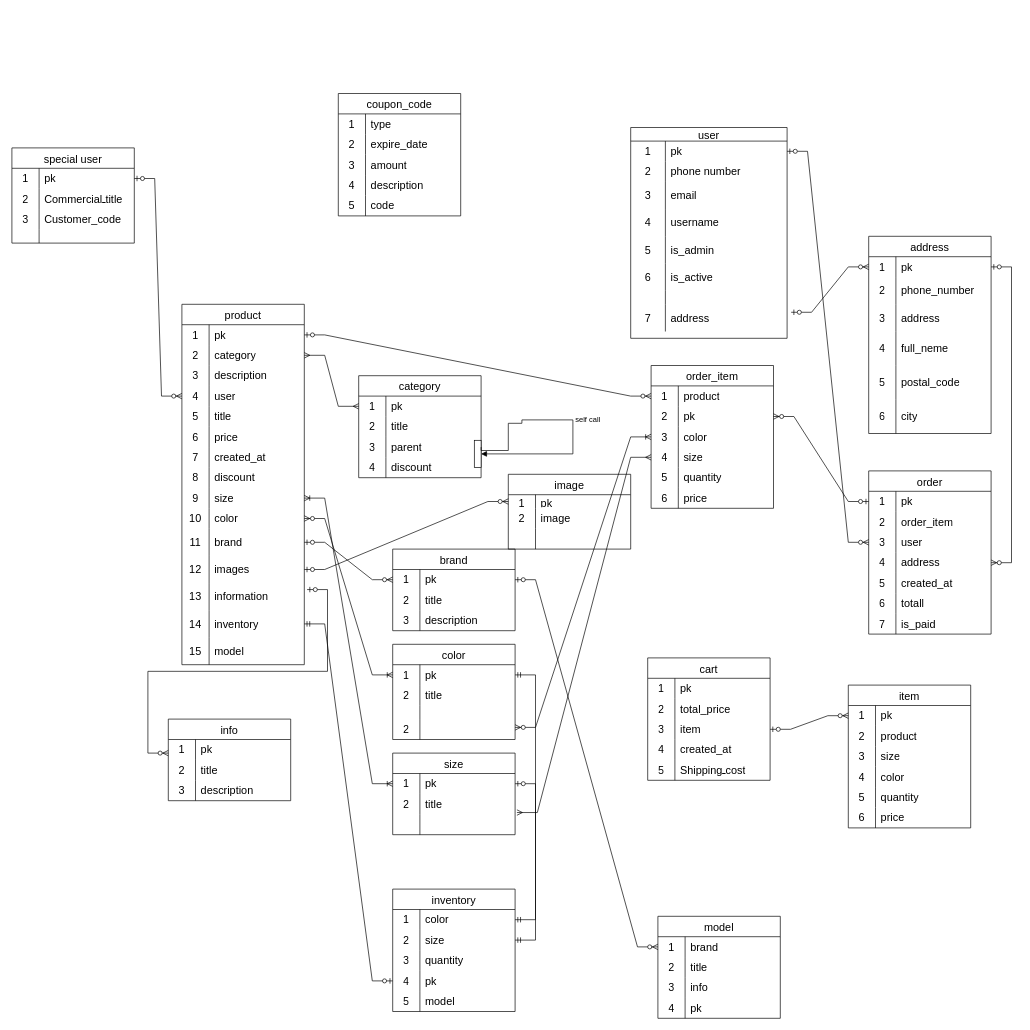
Earlier version of the draw.io diagram shop.drawio (amir1rj/blog). Source tidied: cells renumbered, new cells numbered last; positions are measured from the earlier drawing's top-left corner, leaving out a move shared by most shapes. Both pictures are drawn from the tidied source at 68%, with x=0, y=0 at pixel (-281, 93).
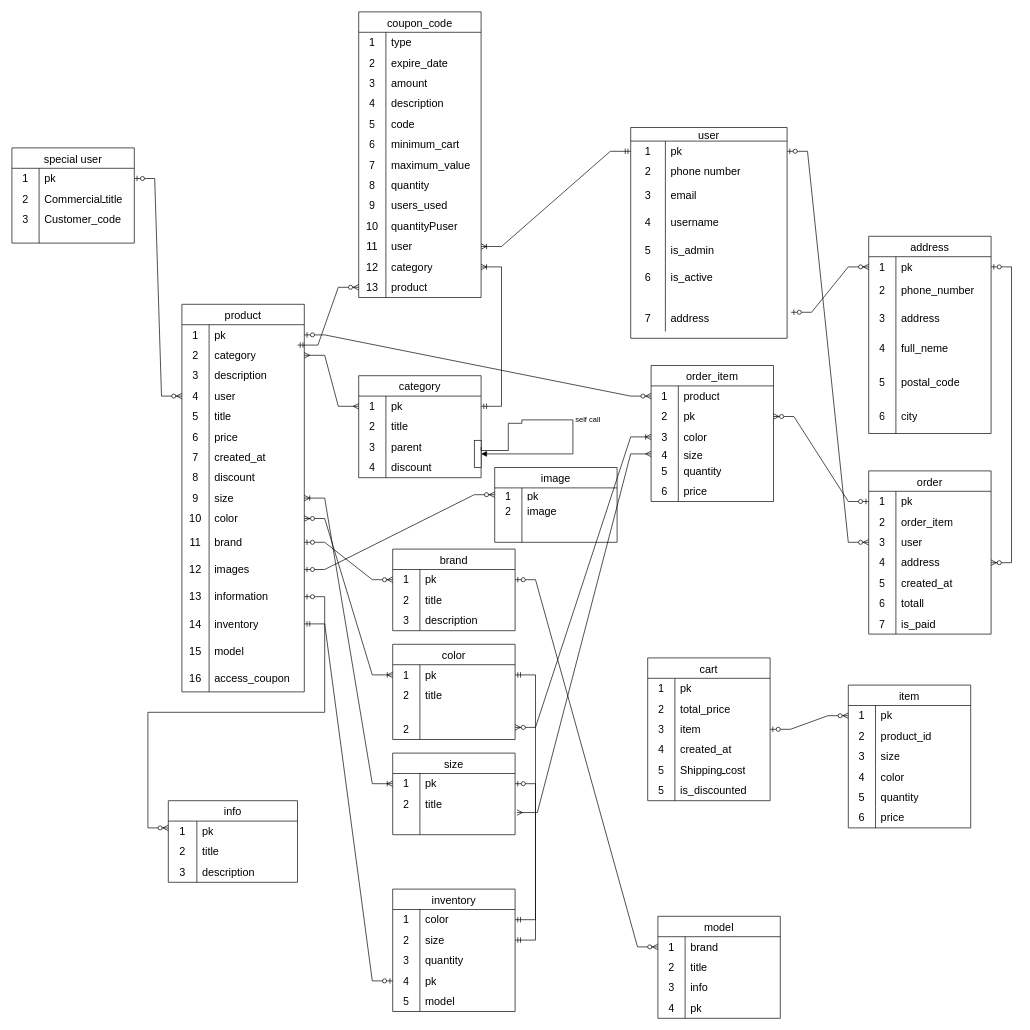
After the change.

Unchanged cells that the change refers to:
```xml
<mxCell id="3" style="shape=tableRow;horizontal=0;startSize=0;swimlaneHead=0;swimlaneBody=0;top=0;left=0;bottom=0;right=0;fillColor=none;points=[[0,0.5],[1,0.5]];portConstraint=eastwest;strokeColor=inherit;fontSize=16;" parent="2" vertex="1">
  <mxGeometry y="20" width="230" height="30" as="geometry" />
</mxCell>
<mxCell id="77" style="shape=tableRow;horizontal=0;startSize=0;swimlaneHead=0;swimlaneBody=0;top=0;left=0;bottom=0;right=0;fillColor=none;points=[[0,0.5],[1,0.5]];portConstraint=eastwest;strokeColor=inherit;fontSize=16;" parent="40" vertex="1">
  <mxGeometry y="410" width="180" height="40" as="geometry" />
</mxCell>
<mxCell id="87" style="shape=tableRow;horizontal=0;startSize=0;swimlaneHead=0;swimlaneBody=0;top=0;left=0;bottom=0;right=0;fillColor=none;points=[[0,0.5],[1,0.5]];portConstraint=eastwest;strokeColor=inherit;fontSize=16;" parent="86" vertex="1">
  <mxGeometry y="30" width="180" height="30" as="geometry" />
</mxCell>
<mxCell id="294" style="shape=tableRow;horizontal=0;startSize=0;swimlaneHead=0;swimlaneBody=0;top=0;left=0;bottom=0;right=0;fillColor=none;strokeColor=inherit;fontSize=16;" parent="290" vertex="1">
  <mxGeometry y="60" width="180" height="30" as="geometry" />
</mxCell>
```

The edit, as a diff of the source:
```diff
@@
     <mxCell id="40" value="product" style="shape=table;startSize=30;childLayout=tableLayout;rowLines=0;fontStyle=0;strokeColor=default;fontSize=16;" parent="1" vertex="1">
-      <mxGeometry x="680" y="310" width="180" height="530" as="geometry" />
+      <mxGeometry x="680" y="310" width="180" height="570" as="geometry" />
     </mxCell>
@@
+    <mxCell id="313" style="shape=tableRow;horizontal=0;startSize=0;swimlaneHead=0;swimlaneBody=0;top=0;left=0;bottom=0;right=0;fillColor=none;strokeColor=inherit;fontSize=16;" parent="40" vertex="1">
+      <mxGeometry y="530" width="180" height="40" as="geometry" />
+    </mxCell>
+    <mxCell id="314" value="16" style="shape=partialRectangle;html=1;whiteSpace=wrap;fillColor=none;top=0;left=0;bottom=0;right=0;overflow=hidden;strokeColor=inherit;fontSize=16;" parent="313" vertex="1">
+      <mxGeometry width="40" height="40" as="geometry" />
+    </mxCell>
+    <mxCell id="315" value="access_coupon" style="shape=partialRectangle;html=1;whiteSpace=wrap;fillColor=none;top=0;left=0;bottom=0;right=0;align=left;spacingLeft=6;overflow=hidden;strokeColor=inherit;fontSize=16;" parent="313" vertex="1">
+      <mxGeometry x="40" width="140" height="40" as="geometry" />
+    </mxCell>
@@
     <mxCell id="157" value="image" style="shape=table;startSize=30;childLayout=tableLayout;rowLines=0;fontStyle=0;strokeColor=default;fontSize=16;" parent="1" vertex="1">
-      <mxGeometry x="1160" y="560" width="180" height="110" as="geometry" />
+      <mxGeometry x="1140" y="550" width="180" height="110" as="geometry" />
     </mxCell>
@@
     <mxCell id="167" value="info" style="shape=table;startSize=30;childLayout=tableLayout;rowLines=0;fontStyle=0;strokeColor=default;fontSize=16;" parent="1" vertex="1">
-      <mxGeometry x="660" y="920" width="180" height="120" as="geometry" />
+      <mxGeometry x="660" y="1040" width="190" height="120" as="geometry" />
     </mxCell>
     <mxCell id="168" style="shape=tableRow;horizontal=0;startSize=0;swimlaneHead=0;swimlaneBody=0;top=0;left=0;bottom=0;right=0;fillColor=none;strokeColor=inherit;fontSize=16;" parent="167" vertex="1">
-      <mxGeometry y="30" width="180" height="30" as="geometry" />
+      <mxGeometry y="30" width="190" height="30" as="geometry" />
     </mxCell>
     <mxCell id="169" value="1" style="shape=partialRectangle;html=1;whiteSpace=wrap;fillColor=none;top=0;left=0;bottom=0;right=0;overflow=hidden;strokeColor=inherit;fontSize=16;" parent="168" vertex="1">
-      <mxGeometry width="40" height="30" as="geometry" />
+      <mxGeometry width="42" height="30" as="geometry" />
     </mxCell>
     <mxCell id="170" value="pk" style="shape=partialRectangle;html=1;whiteSpace=wrap;fillColor=none;top=0;left=0;bottom=0;right=0;align=left;spacingLeft=6;overflow=hidden;strokeColor=inherit;fontSize=16;" parent="168" vertex="1">
-      <mxGeometry x="40" width="140" height="30" as="geometry" />
+      <mxGeometry x="42" width="148" height="30" as="geometry" />
     </mxCell>
     <mxCell id="171" style="shape=tableRow;horizontal=0;startSize=0;swimlaneHead=0;swimlaneBody=0;top=0;left=0;bottom=0;right=0;fillColor=none;strokeColor=inherit;fontSize=16;" parent="167" vertex="1">
-      <mxGeometry y="60" width="180" height="30" as="geometry" />
+      <mxGeometry y="60" width="190" height="30" as="geometry" />
     </mxCell>
     <mxCell id="172" value="2" style="shape=partialRectangle;html=1;whiteSpace=wrap;fillColor=none;top=0;left=0;bottom=0;right=0;overflow=hidden;strokeColor=inherit;fontSize=16;" parent="171" vertex="1">
-      <mxGeometry width="40" height="30" as="geometry" />
+      <mxGeometry width="42" height="30" as="geometry" />
     </mxCell>
     <mxCell id="173" value="title" style="shape=partialRectangle;html=1;whiteSpace=wrap;fillColor=none;top=0;left=0;bottom=0;right=0;align=left;spacingLeft=6;overflow=hidden;strokeColor=inherit;fontSize=16;" parent="171" vertex="1">
-      <mxGeometry x="40" width="140" height="30" as="geometry" />
+      <mxGeometry x="42" width="148" height="30" as="geometry" />
     </mxCell>
     <mxCell id="174" style="shape=tableRow;horizontal=0;startSize=0;swimlaneHead=0;swimlaneBody=0;top=0;left=0;bottom=0;right=0;fillColor=none;strokeColor=inherit;fontSize=16;" parent="167" vertex="1">
-      <mxGeometry y="90" width="180" height="30" as="geometry" />
+      <mxGeometry y="90" width="190" height="30" as="geometry" />
     </mxCell>
     <mxCell id="175" value="3" style="shape=partialRectangle;html=1;whiteSpace=wrap;fillColor=none;top=0;left=0;bottom=0;right=0;overflow=hidden;strokeColor=inherit;fontSize=16;" parent="174" vertex="1">
-      <mxGeometry width="40" height="30" as="geometry" />
+      <mxGeometry width="42" height="30" as="geometry" />
     </mxCell>
     <mxCell id="176" value="description" style="shape=partialRectangle;html=1;whiteSpace=wrap;fillColor=none;top=0;left=0;bottom=0;right=0;align=left;spacingLeft=6;overflow=hidden;strokeColor=inherit;fontSize=16;" parent="174" vertex="1">
-      <mxGeometry x="40" width="140" height="30" as="geometry" />
+      <mxGeometry x="42" width="148" height="30" as="geometry" />
     </mxCell>
-    <mxCell id="177" style="edgeStyle=entityRelationEdgeStyle;fontSize=12;html=1;endArrow=ERzeroToMany;startArrow=ERzeroToOne;rounded=0;exitX=1.023;exitY=0.238;exitDx=0;exitDy=0;exitPerimeter=0;" parent="1" edge="1" source="77">
+    <mxCell id="177" style="edgeStyle=entityRelationEdgeStyle;fontSize=12;html=1;endArrow=ERzeroToMany;startArrow=ERzeroToOne;rounded=0;exitX=1;exitY=0.5;exitDx=0;exitDy=0;" parent="1" edge="1" source="77">
       <mxGeometry relative="1" as="geometry">
-        <mxPoint x="660" y="970" as="targetPoint" />
+        <mxPoint x="660" y="1080" as="targetPoint" />
         <Array as="points">
-          <mxPoint x="920" y="840" />
+          <mxPoint x="920" y="950" />
         </Array>
       </mxGeometry>
     </mxCell>
     <mxCell id="178" value="coupon_code" style="shape=table;startSize=30;childLayout=tableLayout;rowLines=0;fontStyle=0;strokeColor=default;fontSize=16;" parent="1" vertex="1">
-      <mxGeometry x="910" width="180" height="180" as="geometry" />
+      <mxGeometry x="940" y="-120" width="180" height="420" as="geometry" />
     </mxCell>
@@
+    <mxCell id="316" style="shape=tableRow;horizontal=0;startSize=0;swimlaneHead=0;swimlaneBody=0;top=0;left=0;bottom=0;right=0;fillColor=none;strokeColor=inherit;fontSize=16;" parent="178" vertex="1">
+      <mxGeometry y="180" width="180" height="30" as="geometry" />
+    </mxCell>
+    <mxCell id="317" value="6" style="shape=partialRectangle;html=1;whiteSpace=wrap;fillColor=none;top=0;left=0;bottom=0;right=0;overflow=hidden;strokeColor=inherit;fontSize=16;" parent="316" vertex="1">
+      <mxGeometry width="40" height="30" as="geometry" />
+    </mxCell>
+    <mxCell id="318" value="minimum_cart" style="shape=partialRectangle;html=1;whiteSpace=wrap;fillColor=none;top=0;left=0;bottom=0;right=0;align=left;spacingLeft=6;overflow=hidden;strokeColor=inherit;fontSize=16;" parent="316" vertex="1">
+      <mxGeometry x="40" width="140" height="30" as="geometry" />
+    </mxCell>
+    <mxCell id="319" style="shape=tableRow;horizontal=0;startSize=0;swimlaneHead=0;swimlaneBody=0;top=0;left=0;bottom=0;right=0;fillColor=none;strokeColor=inherit;fontSize=16;" parent="178" vertex="1">
+      <mxGeometry y="210" width="180" height="30" as="geometry" />
+    </mxCell>
+    <mxCell id="320" value="7" style="shape=partialRectangle;html=1;whiteSpace=wrap;fillColor=none;top=0;left=0;bottom=0;right=0;overflow=hidden;strokeColor=inherit;fontSize=16;" parent="319" vertex="1">
+      <mxGeometry width="40" height="30" as="geometry" />
+    </mxCell>
+    <mxCell id="321" value="maximum_value" style="shape=partialRectangle;html=1;whiteSpace=wrap;fillColor=none;top=0;left=0;bottom=0;right=0;align=left;spacingLeft=6;overflow=hidden;strokeColor=inherit;fontSize=16;" parent="319" vertex="1">
+      <mxGeometry x="40" width="140" height="30" as="geometry" />
+    </mxCell>
+    <mxCell id="322" style="shape=tableRow;horizontal=0;startSize=0;swimlaneHead=0;swimlaneBody=0;top=0;left=0;bottom=0;right=0;fillColor=none;strokeColor=inherit;fontSize=16;" parent="178" vertex="1">
+      <mxGeometry y="240" width="180" height="30" as="geometry" />
+    </mxCell>
+    <mxCell id="323" value="8" style="shape=partialRectangle;html=1;whiteSpace=wrap;fillColor=none;top=0;left=0;bottom=0;right=0;overflow=hidden;strokeColor=inherit;fontSize=16;" parent="322" vertex="1">
+      <mxGeometry width="40" height="30" as="geometry" />
+    </mxCell>
+    <mxCell id="324" value="quantity" style="shape=partialRectangle;html=1;whiteSpace=wrap;fillColor=none;top=0;left=0;bottom=0;right=0;align=left;spacingLeft=6;overflow=hidden;strokeColor=inherit;fontSize=16;" parent="322" vertex="1">
+      <mxGeometry x="40" width="140" height="30" as="geometry" />
+    </mxCell>
+    <mxCell id="325" style="shape=tableRow;horizontal=0;startSize=0;swimlaneHead=0;swimlaneBody=0;top=0;left=0;bottom=0;right=0;fillColor=none;strokeColor=inherit;fontSize=16;" parent="178" vertex="1">
+      <mxGeometry y="270" width="180" height="30" as="geometry" />
+    </mxCell>
+    <mxCell id="326" value="9" style="shape=partialRectangle;html=1;whiteSpace=wrap;fillColor=none;top=0;left=0;bottom=0;right=0;overflow=hidden;strokeColor=inherit;fontSize=16;" parent="325" vertex="1">
+      <mxGeometry width="40" height="30" as="geometry" />
+    </mxCell>
+    <mxCell id="327" value="users_used" style="shape=partialRectangle;html=1;whiteSpace=wrap;fillColor=none;top=0;left=0;bottom=0;right=0;align=left;spacingLeft=6;overflow=hidden;strokeColor=inherit;fontSize=16;" parent="325" vertex="1">
+      <mxGeometry x="40" width="140" height="30" as="geometry" />
+    </mxCell>
+    <mxCell id="328" style="shape=tableRow;horizontal=0;startSize=0;swimlaneHead=0;swimlaneBody=0;top=0;left=0;bottom=0;right=0;fillColor=none;strokeColor=inherit;fontSize=16;" parent="178" vertex="1">
+      <mxGeometry y="300" width="180" height="30" as="geometry" />
+    </mxCell>
+    <mxCell id="329" value="10" style="shape=partialRectangle;html=1;whiteSpace=wrap;fillColor=none;top=0;left=0;bottom=0;right=0;overflow=hidden;strokeColor=inherit;fontSize=16;" parent="328" vertex="1">
+      <mxGeometry width="40" height="30" as="geometry" />
+    </mxCell>
+    <mxCell id="330" value="quantityPuser" style="shape=partialRectangle;html=1;whiteSpace=wrap;fillColor=none;top=0;left=0;bottom=0;right=0;align=left;spacingLeft=6;overflow=hidden;strokeColor=inherit;fontSize=16;" parent="328" vertex="1">
+      <mxGeometry x="40" width="140" height="30" as="geometry" />
+    </mxCell>
+    <mxCell id="331" style="shape=tableRow;horizontal=0;startSize=0;swimlaneHead=0;swimlaneBody=0;top=0;left=0;bottom=0;right=0;fillColor=none;points=[[0,0.5],[1,0.5]];portConstraint=eastwest;strokeColor=inherit;fontSize=16;" parent="178" vertex="1">
+      <mxGeometry y="330" width="180" height="30" as="geometry" />
+    </mxCell>
+    <mxCell id="332" value="11" style="shape=partialRectangle;html=1;whiteSpace=wrap;fillColor=none;top=0;left=0;bottom=0;right=0;overflow=hidden;strokeColor=inherit;fontSize=16;" parent="331" vertex="1">
+      <mxGeometry width="40" height="30" as="geometry" />
+    </mxCell>
+    <mxCell id="333" value="user" style="shape=partialRectangle;html=1;whiteSpace=wrap;fillColor=none;top=0;left=0;bottom=0;right=0;align=left;spacingLeft=6;overflow=hidden;strokeColor=inherit;fontSize=16;" parent="331" vertex="1">
+      <mxGeometry x="40" width="140" height="30" as="geometry" />
+    </mxCell>
+    <mxCell id="334" style="shape=tableRow;horizontal=0;startSize=0;swimlaneHead=0;swimlaneBody=0;top=0;left=0;bottom=0;right=0;fillColor=none;points=[[0,0.5],[1,0.5]];portConstraint=eastwest;strokeColor=inherit;fontSize=16;" parent="178" vertex="1">
+      <mxGeometry y="360" width="180" height="30" as="geometry" />
+    </mxCell>
+    <mxCell id="335" value="12" style="shape=partialRectangle;html=1;whiteSpace=wrap;fillColor=none;top=0;left=0;bottom=0;right=0;overflow=hidden;strokeColor=inherit;fontSize=16;" parent="334" vertex="1">
+      <mxGeometry width="40" height="30" as="geometry" />
+    </mxCell>
+    <mxCell id="336" value="category" style="shape=partialRectangle;html=1;whiteSpace=wrap;fillColor=none;top=0;left=0;bottom=0;right=0;align=left;spacingLeft=6;overflow=hidden;strokeColor=inherit;fontSize=16;" parent="334" vertex="1">
+      <mxGeometry x="40" width="140" height="30" as="geometry" />
+    </mxCell>
+    <mxCell id="337" style="shape=tableRow;horizontal=0;startSize=0;swimlaneHead=0;swimlaneBody=0;top=0;left=0;bottom=0;right=0;fillColor=none;points=[[0,0.5],[1,0.5]];portConstraint=eastwest;strokeColor=inherit;fontSize=16;" parent="178" vertex="1">
+      <mxGeometry y="390" width="180" height="30" as="geometry" />
+    </mxCell>
+    <mxCell id="338" value="13" style="shape=partialRectangle;html=1;whiteSpace=wrap;fillColor=none;top=0;left=0;bottom=0;right=0;overflow=hidden;strokeColor=inherit;fontSize=16;" parent="337" vertex="1">
+      <mxGeometry width="40" height="30" as="geometry" />
+    </mxCell>
+    <mxCell id="339" value="product" style="shape=partialRectangle;html=1;whiteSpace=wrap;fillColor=none;top=0;left=0;bottom=0;right=0;align=left;spacingLeft=6;overflow=hidden;strokeColor=inherit;fontSize=16;" parent="337" vertex="1">
+      <mxGeometry x="40" width="140" height="30" as="geometry" />
+    </mxCell>
@@
     <mxCell id="251" value="order_item" style="shape=table;startSize=30;childLayout=tableLayout;rowLines=0;fontStyle=0;strokeColor=default;fontSize=16;" parent="1" vertex="1">
-      <mxGeometry x="1370" y="400" width="180" height="210" as="geometry" />
+      <mxGeometry x="1370" y="400" width="180" height="200" as="geometry" />
     </mxCell>
@@
     <mxCell id="261" style="shape=tableRow;horizontal=0;startSize=0;swimlaneHead=0;swimlaneBody=0;top=0;left=0;bottom=0;right=0;fillColor=none;points=[[0,0.5],[1,0.5]];portConstraint=eastwest;strokeColor=inherit;fontSize=16;" parent="251" vertex="1">
-      <mxGeometry y="120" width="180" height="30" as="geometry" />
+      <mxGeometry y="120" width="180" height="20" as="geometry" />
     </mxCell>
     <mxCell id="262" value="4" style="shape=partialRectangle;html=1;whiteSpace=wrap;fillColor=none;top=0;left=0;bottom=0;right=0;overflow=hidden;strokeColor=inherit;fontSize=16;" parent="261" vertex="1">
-      <mxGeometry width="40" height="30" as="geometry" />
+      <mxGeometry width="40" height="20" as="geometry" />
     </mxCell>
     <mxCell id="263" value="size" style="shape=partialRectangle;html=1;whiteSpace=wrap;fillColor=none;top=0;left=0;bottom=0;right=0;align=left;spacingLeft=6;overflow=hidden;strokeColor=inherit;fontSize=16;" parent="261" vertex="1">
-      <mxGeometry x="40" width="140" height="30" as="geometry" />
+      <mxGeometry x="40" width="140" height="20" as="geometry" />
     </mxCell>
     <mxCell id="264" style="shape=tableRow;horizontal=0;startSize=0;swimlaneHead=0;swimlaneBody=0;top=0;left=0;bottom=0;right=0;fillColor=none;strokeColor=inherit;fontSize=16;" parent="251" vertex="1">
-      <mxGeometry y="150" width="180" height="30" as="geometry" />
+      <mxGeometry y="140" width="180" height="30" as="geometry" />
     </mxCell>
@@
     <mxCell id="267" style="shape=tableRow;horizontal=0;startSize=0;swimlaneHead=0;swimlaneBody=0;top=0;left=0;bottom=0;right=0;fillColor=none;strokeColor=inherit;fontSize=16;" parent="251" vertex="1">
-      <mxGeometry y="180" width="180" height="30" as="geometry" />
+      <mxGeometry y="170" width="180" height="30" as="geometry" />
     </mxCell>
@@
     <mxCell id="274" value="cart" style="shape=table;startSize=30;childLayout=tableLayout;rowLines=0;fontStyle=0;strokeColor=default;fontSize=16;" parent="1" vertex="1">
-      <mxGeometry x="1365" y="830" width="180" height="180" as="geometry" />
+      <mxGeometry x="1365" y="830" width="180" height="210" as="geometry" />
     </mxCell>
@@
+    <mxCell id="340" style="shape=tableRow;horizontal=0;startSize=0;swimlaneHead=0;swimlaneBody=0;top=0;left=0;bottom=0;right=0;fillColor=none;strokeColor=inherit;fontSize=16;" parent="274" vertex="1">
+      <mxGeometry y="180" width="180" height="30" as="geometry" />
+    </mxCell>
+    <mxCell id="341" value="5" style="shape=partialRectangle;html=1;whiteSpace=wrap;fillColor=none;top=0;left=0;bottom=0;right=0;overflow=hidden;strokeColor=inherit;fontSize=16;" parent="340" vertex="1">
+      <mxGeometry width="40" height="30" as="geometry" />
+    </mxCell>
+    <mxCell id="342" value="is_discounted" style="shape=partialRectangle;html=1;whiteSpace=wrap;fillColor=none;top=0;left=0;bottom=0;right=0;align=left;spacingLeft=6;overflow=hidden;strokeColor=inherit;fontSize=16;" parent="340" vertex="1">
+      <mxGeometry x="40" width="140" height="30" as="geometry" />
+    </mxCell>
@@
-    <mxCell id="296" value="product" style="shape=partialRectangle;html=1;whiteSpace=wrap;fillColor=none;top=0;left=0;bottom=0;right=0;align=left;spacingLeft=6;overflow=hidden;strokeColor=inherit;fontSize=16;" parent="294" vertex="1">
+    <mxCell id="296" value="product_id" style="shape=partialRectangle;html=1;whiteSpace=wrap;fillColor=none;top=0;left=0;bottom=0;right=0;align=left;spacingLeft=6;overflow=hidden;strokeColor=inherit;fontSize=16;" parent="294" vertex="1">
       <mxGeometry x="40" width="140" height="30" as="geometry" />
     </mxCell>
@@
+    <mxCell id="343" style="edgeStyle=entityRelationEdgeStyle;fontSize=12;html=1;endArrow=ERoneToMany;startArrow=ERmandOne;rounded=0;entryX=1;entryY=0.5;entryDx=0;entryDy=0;exitX=0;exitY=0.5;exitDx=0;exitDy=0;" parent="1" edge="1" source="3" target="331">
+      <mxGeometry relative="1" as="geometry" />
+    </mxCell>
+    <mxCell id="344" style="edgeStyle=entityRelationEdgeStyle;fontSize=12;html=1;endArrow=ERzeroToMany;startArrow=ERmandOne;rounded=0;exitX=1;exitY=0.5;exitDx=0;exitDy=0;entryX=0;entryY=0.5;entryDx=0;entryDy=0;" parent="1" edge="1" target="337">
+      <mxGeometry relative="1" as="geometry">
+        <mxPoint x="850" y="370" as="sourcePoint" />
+        <Array as="points">
+          <mxPoint x="1110" y="295" />
+        </Array>
+      </mxGeometry>
+    </mxCell>
+    <mxCell id="345" style="edgeStyle=entityRelationEdgeStyle;fontSize=12;html=1;endArrow=ERoneToMany;startArrow=ERmandOne;rounded=0;exitX=1;exitY=0.5;exitDx=0;exitDy=0;entryX=1;entryY=0.5;entryDx=0;entryDy=0;" parent="1" edge="1" source="87" target="334">
+      <mxGeometry relative="1" as="geometry" />
+    </mxCell>
```
